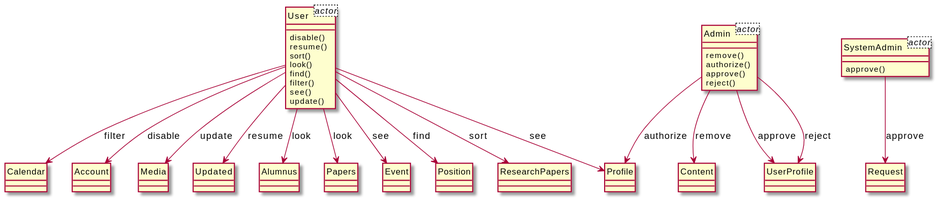
Before: output/diagram_5/2019-USC-Project01.svg, a diagram exported from PlantUML (xixixhalu/DomainModelExtractor).
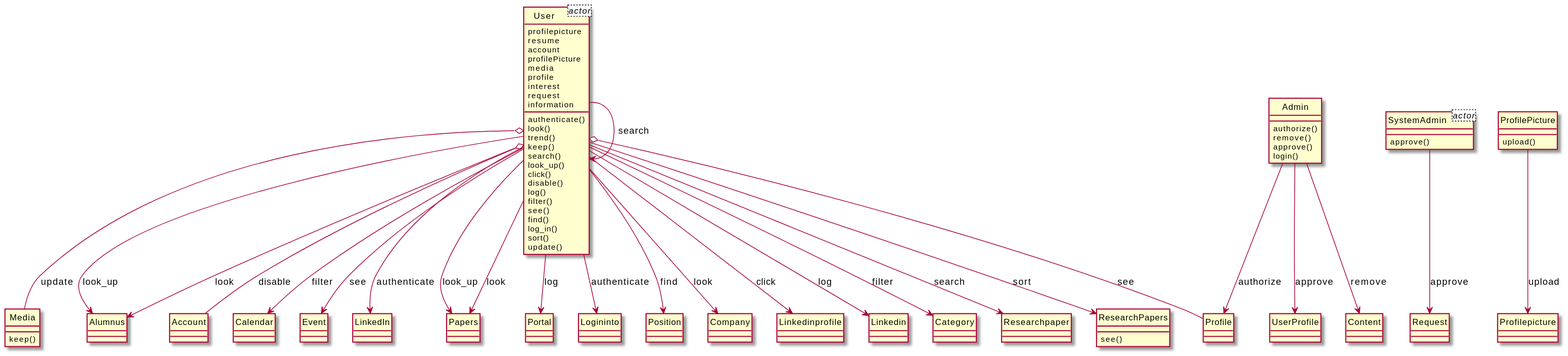
The same diagram one commit later.

Diff of the diagram source:
```diff
@@ -1,69 +1,114 @@
 @startuml
 hide circle
 class User<actor> {
+	profilepicture
+	resume
+	account
+	profilePicture
+	media
+	profile
+	interest
+	request
+	information
 }
 class SystemAdmin<actor> {
 }
-class Admin<actor> {
-}
 class User {
+	authenticate()
+	look()
+	trend()
+	keep()
+	search()
+	look_up()
+	click()
 	disable()
-	resume()
-	sort()
-	look()
-	find()
+	log()
 	filter()
 	see()
+	find()
+	log_in()
+	sort()
 	update()
+}
+class Researchpaper {
+}
+class ResearchPapers {
+	see()
 }
 class Papers {
 }
-class Event {
+class Media {
+	keep()
 }
-class Position {
+class ProfilePicture {
+	upload()
 }
-class ResearchPapers {
+class Profilepicture {
+}
+class Alumnus {
+}
+class Account {
+}
+class Calendar {
 }
 class Admin {
+	authorize()
 	remove()
-	authorize()
 	approve()
-	reject()
+	login()
+}
+class UserProfile {
 }
 class Profile {
 }
-class UserProfile {
+class Event {
 }
-class Calendar {
+class LinkedIn {
 }
-class Account {
+class Portal {
 }
-class Media {
-}
-class Updated {
+class Content {
 }
 class SystemAdmin {
 	approve()
 }
 class Request {
 }
-class Content {
+class Logininto {
 }
-class Alumnus {
+class Position {
 }
-User --> Updated : resume
+class Company {
+}
+class Linkedinprofile {
+}
+class Linkedin {
+}
+class Category {
+}
+User --> Alumnus : look_up
 User --> Papers : look
-Admin --> Content : remove
-Admin --> UserProfile : reject
-User --> ResearchPapers : sort
-User --> Profile : see
-User --> Media : update
-User --> Event : see
+ProfilePicture --> Profilepicture : upload
+User o-- Account : disable
+User --> Logininto : authenticate
+User --> Calendar : filter
 User --> Alumnus : look
-User --> Calendar : filter
-SystemAdmin --> Request : approve
+User --> User : search
+User --> Position : find
 Admin --> UserProfile : approve
 Admin --> Profile : authorize
-User --> Position : find
-User --> Account : disable
+User --> Company : look
+User o-- Profile : see
+User o-- Media : update
+User --> Linkedinprofile : click
+User --> Event : see
+User --> Papers : look_up
+User --> Linkedin : log
+User --> LinkedIn : authenticate
+User --> Category : filter
+User --> Portal : log
+User --> Researchpaper : search
+Admin --> Content : remove
+SystemAdmin --> Request : approve
+User --> ResearchPapers : sort
 @enduml
```
